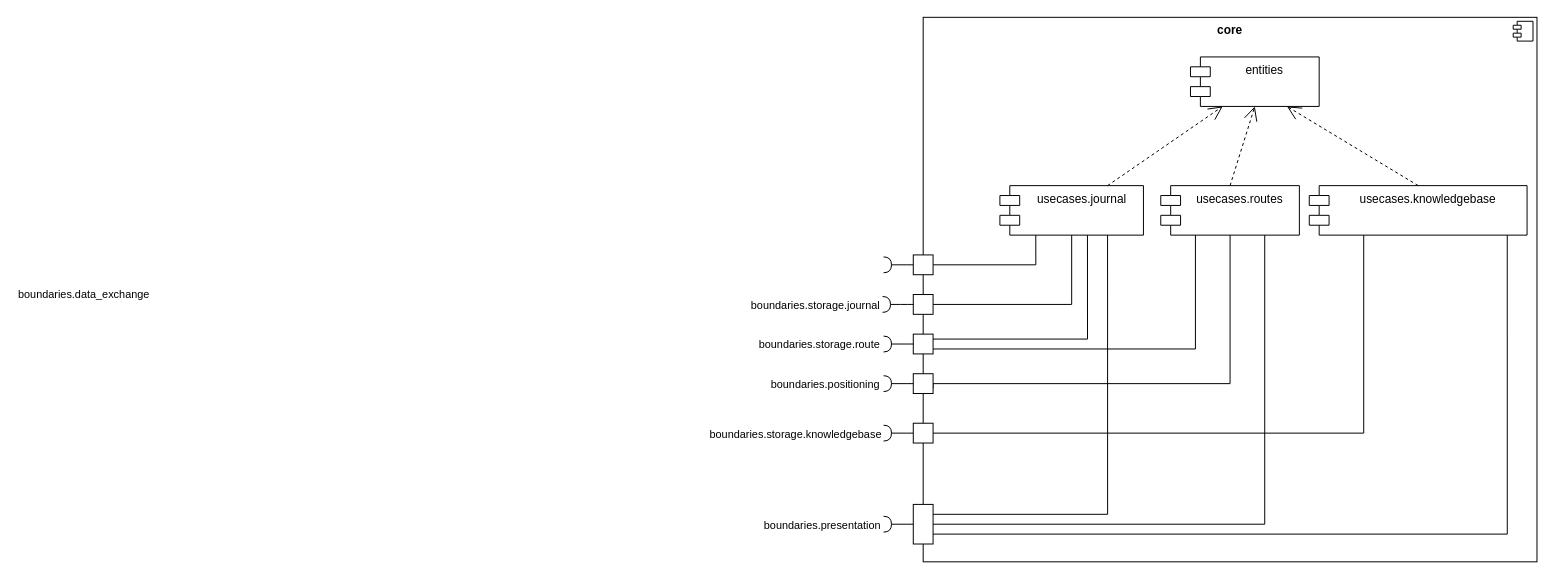
This is doc/bbview_level2_core.drawio from aardjon/trad, a draw.io file, before an edit. Source tidied: cells renumbered, new cells numbered last; positions are measured from the earlier drawing's top-left corner, leaving out a move shared by most shapes. Both pictures are drawn from the tidied source at 99%, with x=0, y=0 at pixel (814, 17).
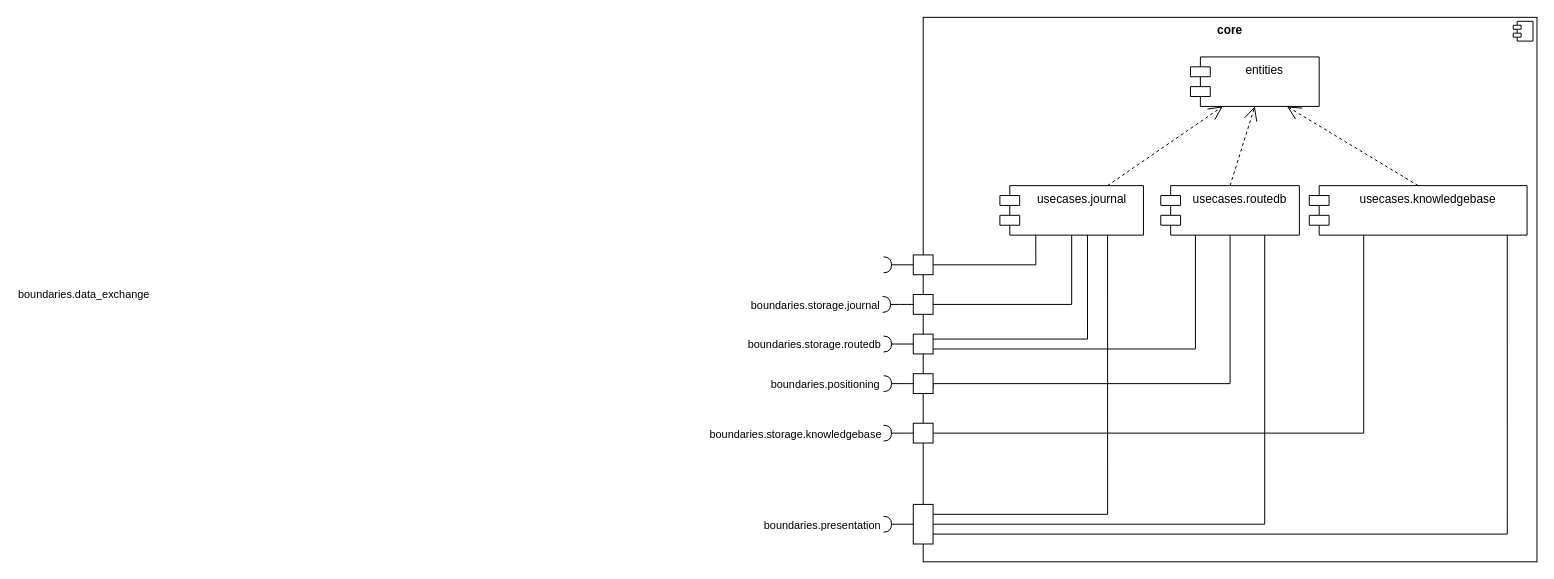
After the change.

Commit message (it also covers changes not shown here):
docs: Extend refinement of architecture level 2

The change refers to these unchanged cells:
```xml
<mxCell id="22" style="rounded=0;jettySize=auto;html=1;endArrow=halfCircle;endFill=0;endSize=6;strokeWidth=1;sketch=0;fontSize=12;curved=1;exitX=0;exitY=0.5;exitDx=0;exitDy=0;" parent="1" edge="1" source="21">
  <mxGeometry relative="1" as="geometry">
    <mxPoint x="70" y="330" as="targetPoint" />
  </mxGeometry>
</mxCell>
```

What changed in the source:
```diff
@@
-    <mxCell id="5" value="usecases.routes" style="shape=module;align=left;spacingLeft=20;align=center;verticalAlign=top;whiteSpace=wrap;html=1;" parent="1" vertex="1">
+    <mxCell id="5" value="usecases.routedb" style="shape=module;align=left;spacingLeft=20;align=center;verticalAlign=top;whiteSpace=wrap;html=1;" parent="1" vertex="1">
       <mxGeometry x="350" y="170" width="140" height="50" as="geometry" />
     </mxCell>
@@
-    <mxCell id="23" value="boundaries.storage.route" style="edgeLabel;html=1;align=center;verticalAlign=middle;" parent="22" vertex="1">
+    <mxCell id="23" value="boundaries.storage.routedb" style="edgeLabel;html=1;align=center;verticalAlign=middle;" parent="22" vertex="1">
       <mxGeometry x="0.13" y="-4" relative="1" as="geometry">
-        <mxPoint x="-79" y="4" as="offset" />
+        <mxPoint x="-84" y="4" as="offset" />
       </mxGeometry>
     </mxCell>
```
